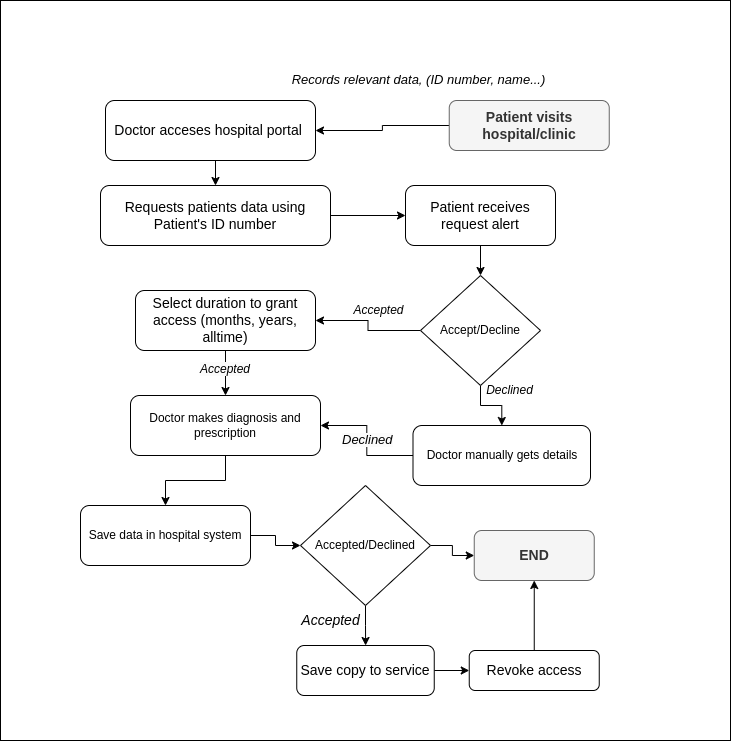
Above: flowchart.png in musaubrian/drawio (draw.io), before the change. Source tidied: cells renumbered, new cells last; positions are measured from the earlier drawing's top-left corner, leaving out a move shared by most shapes.
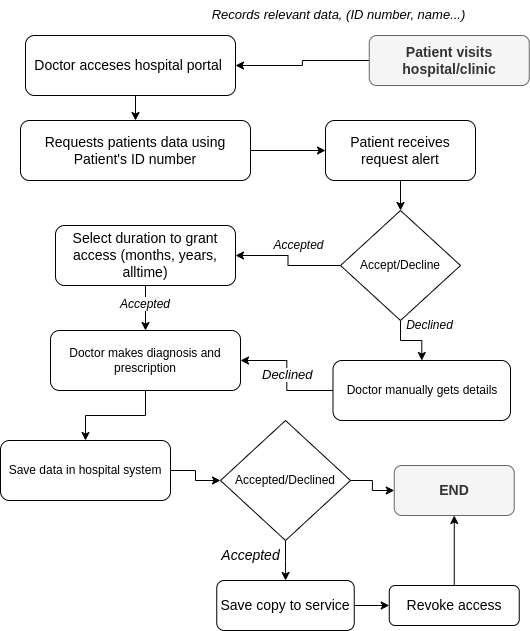
Above is the later version.

Change to the diagram source:
```diff
@@ -101,8 +101,5 @@
     <mxCell id="34" value="&lt;font style=&quot;font-size: 14px;&quot;&gt;&lt;b&gt;END&lt;/b&gt;&lt;/font&gt;" style="rounded=1;whiteSpace=wrap;html=1;fillColor=#f5f5f5;fontColor=#333333;strokeColor=#666666;" parent="1" vertex="1">
       <mxGeometry x="473.8" y="530" width="120" height="50" as="geometry" />
     </mxCell>
-    <mxCell id="35" style="rounded=0;whiteSpace=wrap;html=1;fillColor=none;" parent="1" vertex="1">
-      <mxGeometry width="730" height="740" as="geometry" />
-    </mxCell>
   </root>
 </mxGraphModel>
```
